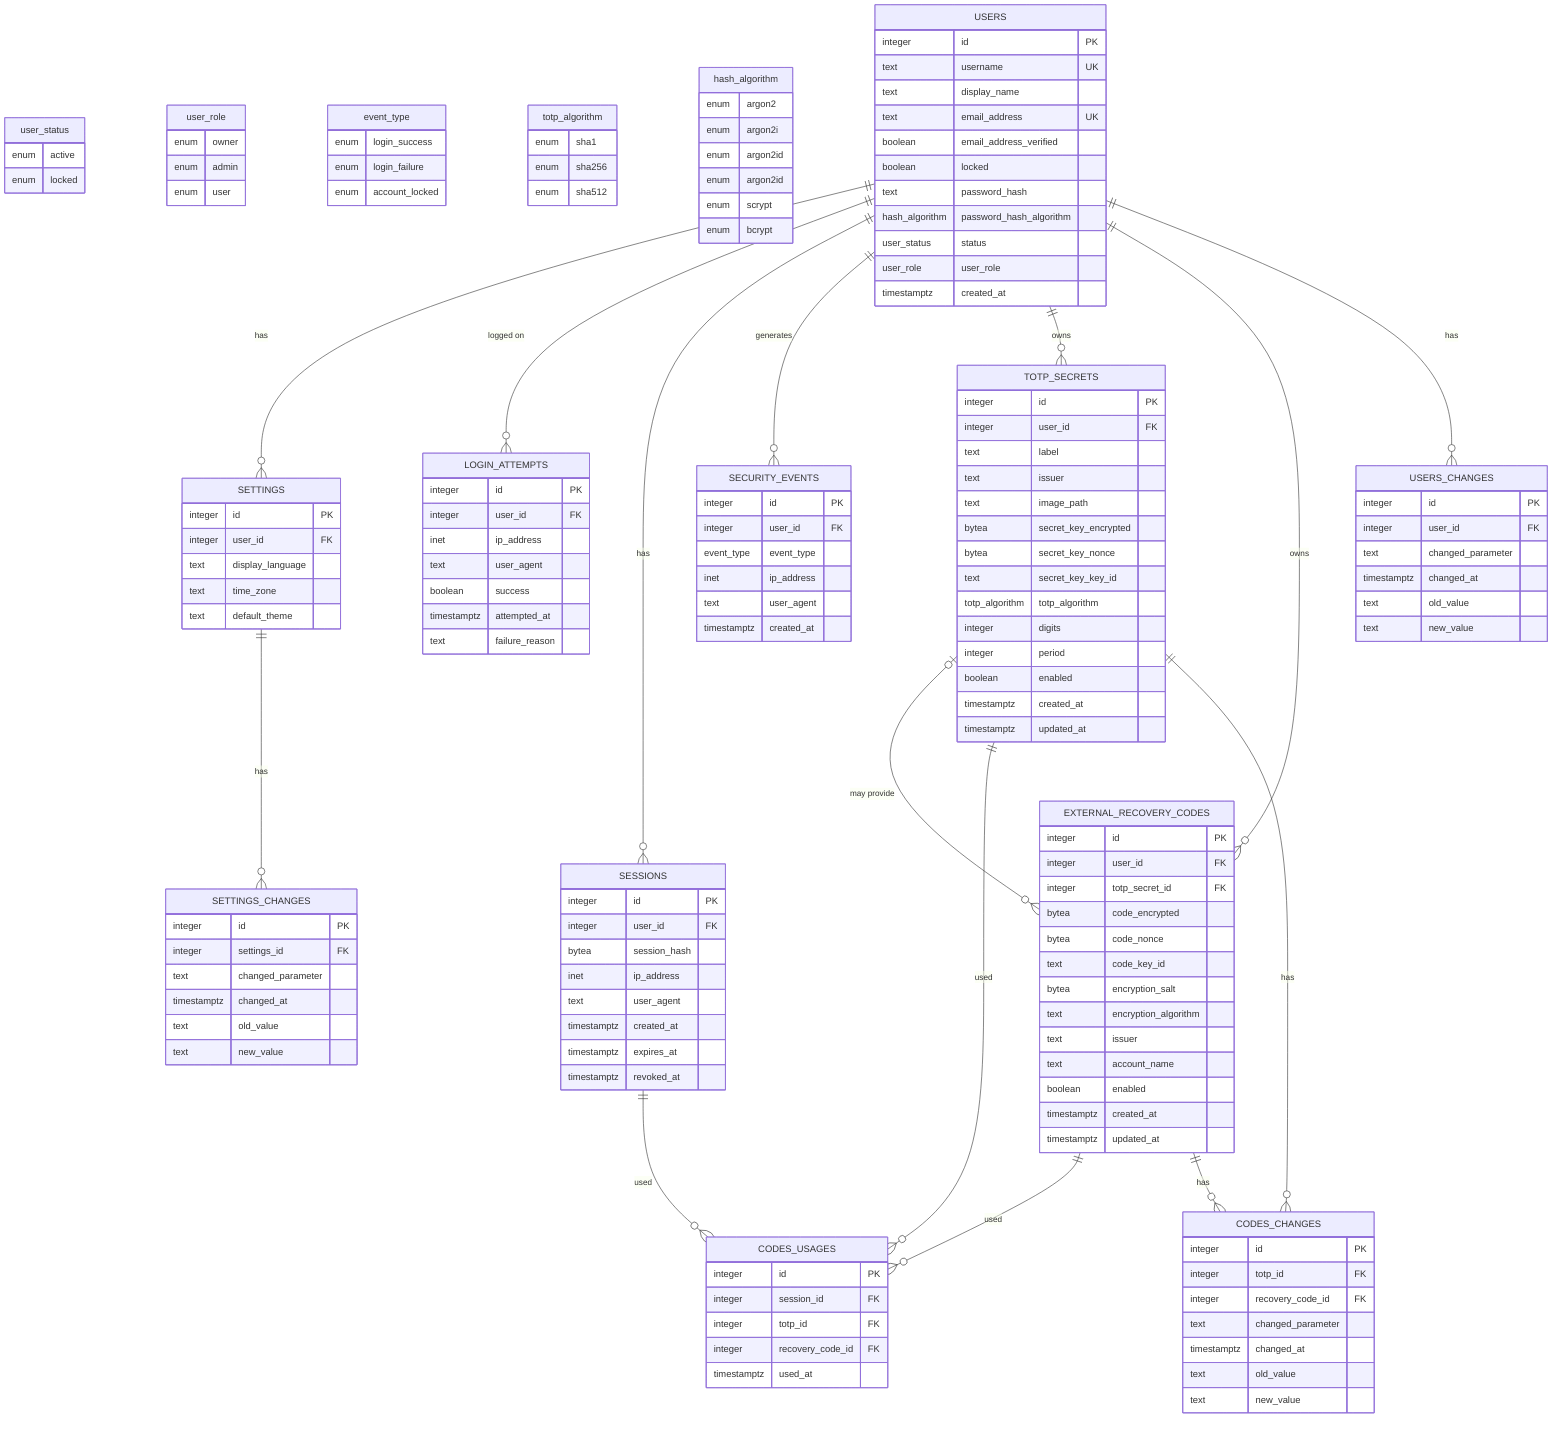
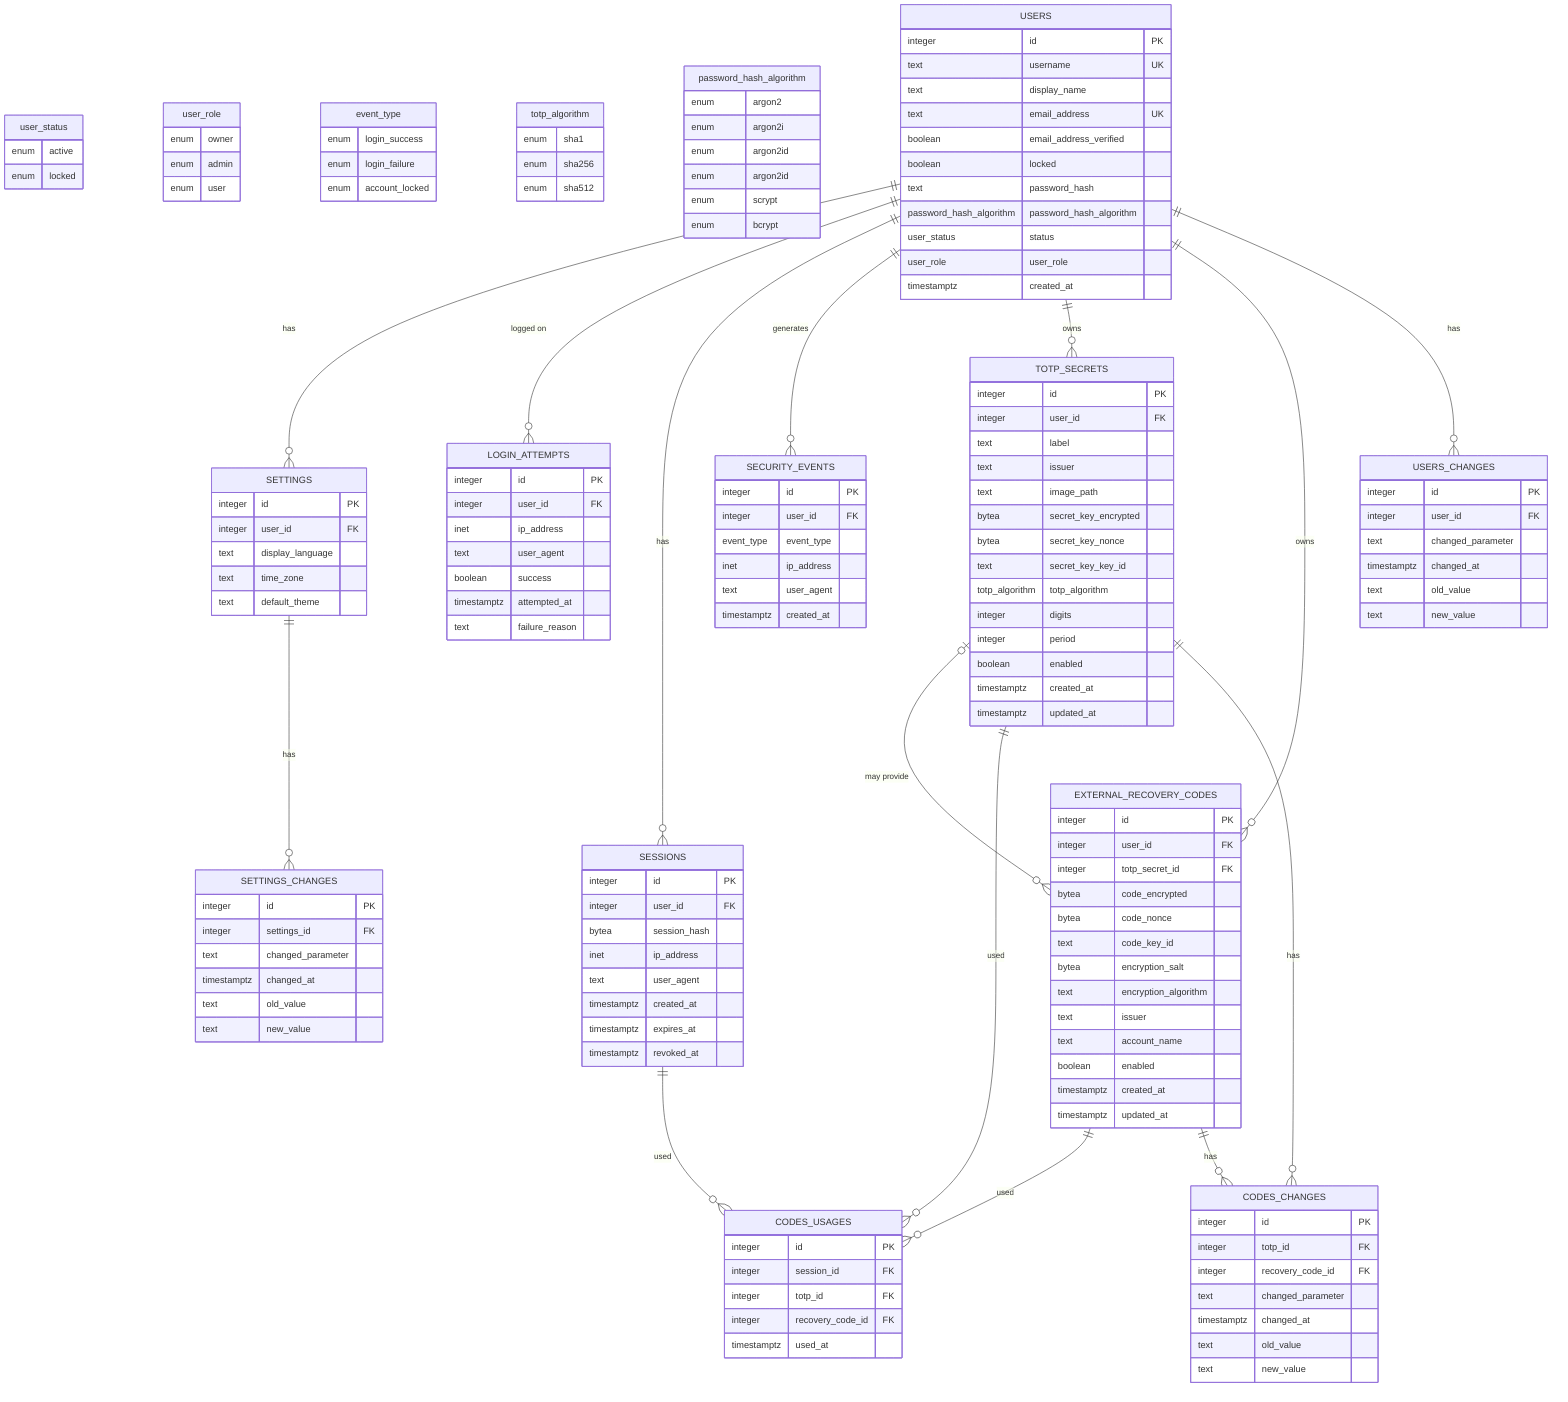
erDiagram
%% enums
  user_status {
    enum active
    enum locked
  }

  user_role {
    enum owner
    enum admin
    enum user
  }

  event_type {
    enum login_success
    enum login_failure
    enum account_locked
  }

  totp_algorithm {
    enum sha1
    enum sha256
    enum sha512
  }

-   hash_algorithm {
+   password_hash_algorithm {
    enum argon2
    enum argon2i
    enum argon2id
    enum argon2id
    enum scrypt
    enum bcrypt
  }

  USERS {
    integer id PK
    text username UK
    text display_name
    text email_address UK
    boolean email_address_verified
    boolean locked
    text password_hash
-     hash_algorithm password_hash_algorithm
+     password_hash_algorithm password_hash_algorithm
    user_status status
    user_role user_role
    timestamptz created_at
  }

  USERS_CHANGES {
    integer id PK
    integer user_id FK
    text changed_parameter
    timestamptz changed_at
    text old_value
    text new_value
  }

  SETTINGS {
    integer id PK
    integer user_id FK
    text display_language
    text time_zone
    text default_theme
  }

  SETTINGS_CHANGES {
    integer id PK
    integer settings_id FK
    text changed_parameter
    timestamptz changed_at
    text old_value
    text new_value
  }


  LOGIN_ATTEMPTS {
    integer id PK
    integer user_id FK
    inet ip_address
    text user_agent
    boolean success
    timestamptz attempted_at
    text failure_reason
  }

  SESSIONS {
    integer id PK
    integer user_id FK
    bytea session_hash
    inet ip_address
    text user_agent
    timestamptz created_at
    timestamptz expires_at
    timestamptz revoked_at
  }

  SECURITY_EVENTS {
    integer id PK
    integer user_id FK
    event_type event_type
    inet ip_address
    text user_agent
    timestamptz created_at
  }

  TOTP_SECRETS {
    integer id PK
    integer user_id FK
    text label
    text issuer
    text image_path
    bytea secret_key_encrypted
    bytea secret_key_nonce
    text secret_key_key_id
    totp_algorithm totp_algorithm
    integer digits
    integer period
    boolean enabled
    timestamptz created_at
    timestamptz updated_at
  }

  EXTERNAL_RECOVERY_CODES {
    integer id PK
    integer user_id FK
    integer totp_secret_id FK
    bytea code_encrypted
    bytea code_nonce
    text code_key_id
    bytea encryption_salt
    text encryption_algorithm
    text issuer
    text account_name
    boolean enabled
    timestamptz created_at
    timestamptz updated_at
  }

  CODES_USAGES {
    integer id PK
    integer session_id FK
    integer totp_id FK
    integer recovery_code_id FK
    timestamptz used_at
  }

  CODES_CHANGES {
    integer id PK
    integer totp_id FK
    integer recovery_code_id FK
    text changed_parameter
    timestamptz changed_at
    text old_value
    text new_value
  }

  USERS ||--o{ SETTINGS : "has"
  USERS ||--o{ LOGIN_ATTEMPTS : "logged on"
  USERS ||--o{ SESSIONS : "has"
  USERS ||--o{ SECURITY_EVENTS : "generates"
  USERS ||--o{ TOTP_SECRETS : "owns"
  USERS ||--o{ EXTERNAL_RECOVERY_CODES : "owns"
  USERS ||--o{ USERS_CHANGES: "has"
  TOTP_SECRETS o|--o{ EXTERNAL_RECOVERY_CODES : "may provide"
  TOTP_SECRETS ||--o{ CODES_USAGES : "used"
  EXTERNAL_RECOVERY_CODES ||--o{ CODES_USAGES : "used"
  SETTINGS ||--o{ SETTINGS_CHANGES: "has"
  SESSIONS ||--o{ CODES_USAGES: "used"
  TOTP_SECRETS ||--o{ CODES_CHANGES: "has"
  EXTERNAL_RECOVERY_CODES ||--o{ CODES_CHANGES: "has"

